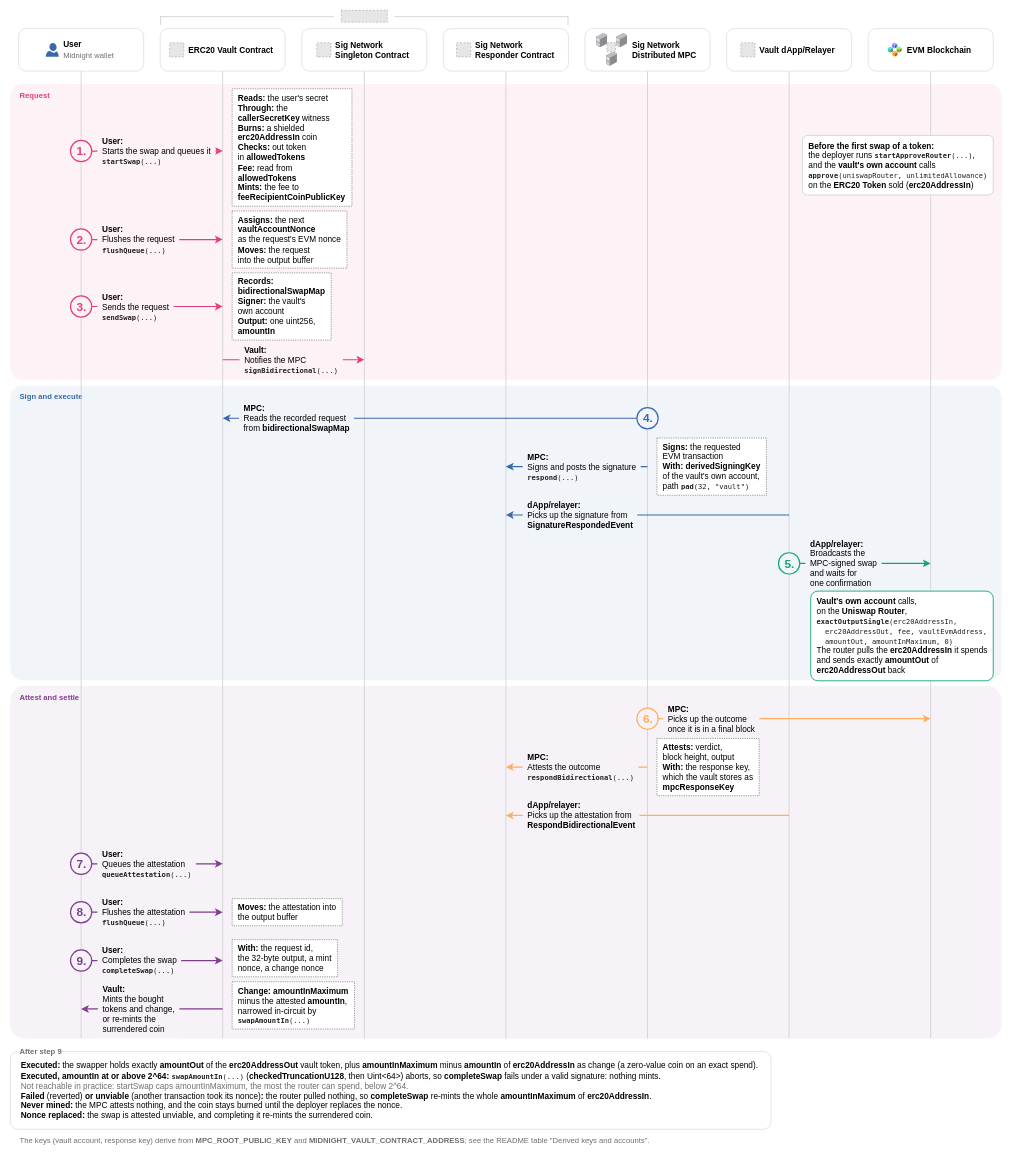
This is examples/erc20-vault/docs/swap/swap.drawio from sig-net/midnight-examples, a draw.io file, before an edit. Source tidied: cells renumbered, new cells numbered last; positions are measured from the earlier drawing's top-left corner, leaving out a move shared by most shapes. Both pictures are drawn from the tidied source at 59%, with x=0, y=0 at pixel (10, 10). Pictures stored in the file or linked from it are replaced by grey dashed boxes.
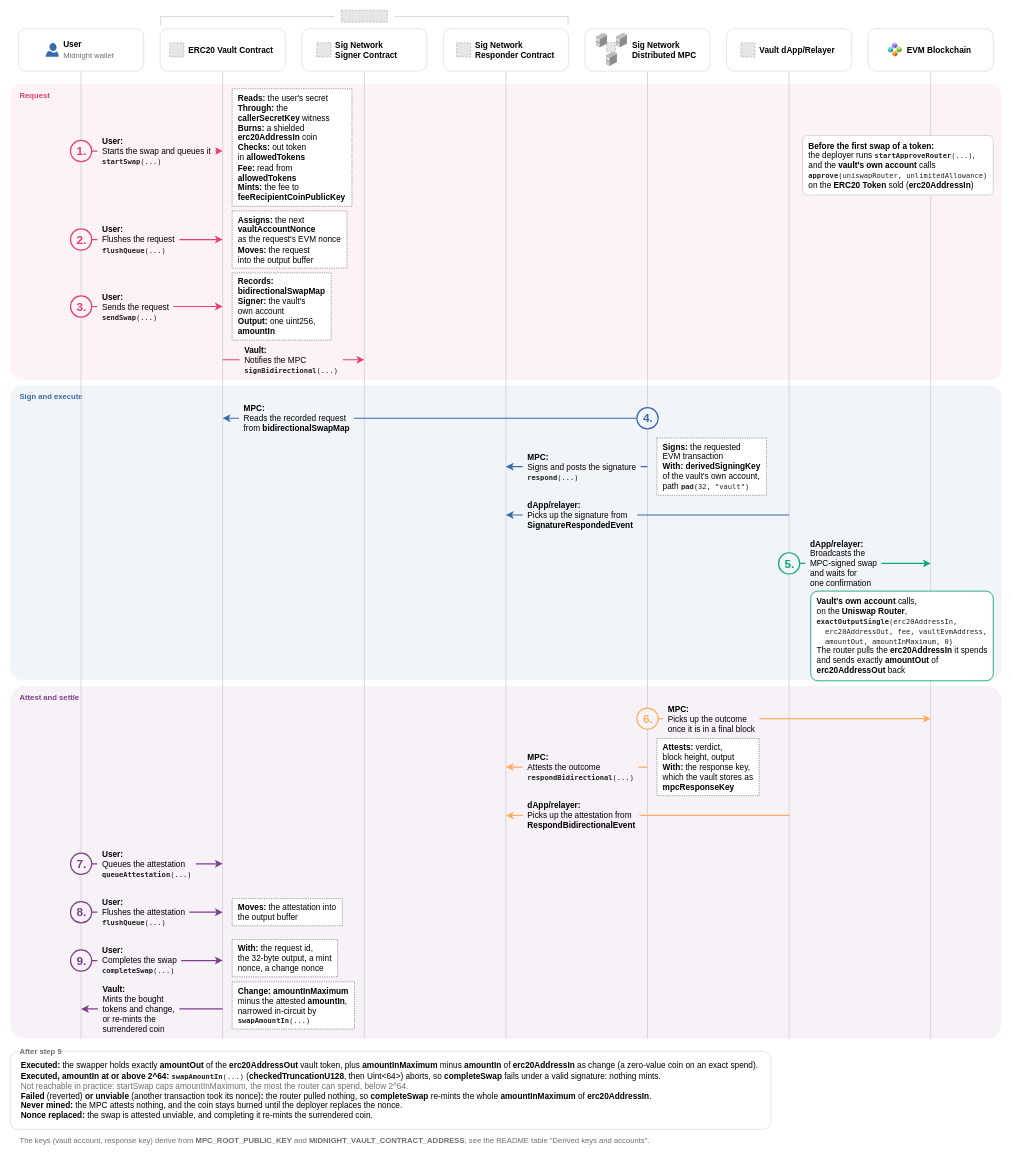
Above is the later version.

Change to the diagram source:
```diff
@@
-    <mxCell id="23" value="&lt;b&gt;Sig Network&lt;br&gt;Singleton Contract&lt;/b&gt;" style="text;html=1;align=left;verticalAlign=middle;spacing=0;fontSize=14;" parent="1" vertex="1">
-      <mxGeometry x="551.4" y="49" width="129.2" height="36" as="geometry" />
-    </mxCell>
+    <mxCell id="97" value="&lt;b&gt;Sig Network&lt;br&gt;Signer Contract&lt;/b&gt;" style="text;html=1;align=left;verticalAlign=middle;spacing=0;fontSize=14;" parent="1" vertex="1">
+      <mxGeometry x="551.4" y="49" width="129.2" height="36" as="geometry" />
+    </mxCell>
```
